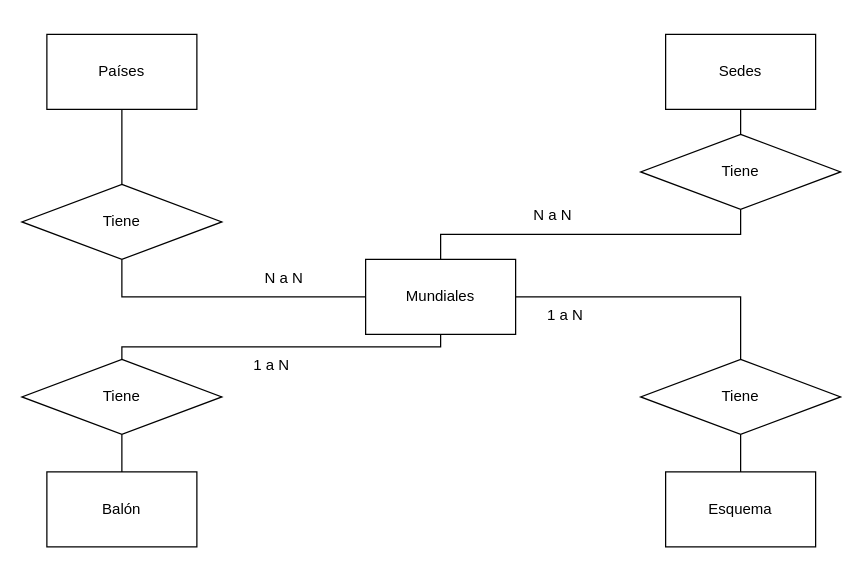
The draw.io diagram Mundiales.drawio in luis6a/mundial, before the edit. Source tidied: cells renumbered, new cells numbered last; positions are measured from the earlier drawing's top-left corner, leaving out a move shared by most shapes. Both pictures are drawn from the tidied source at 125%, with x=0, y=0 at pixel (21, 34).
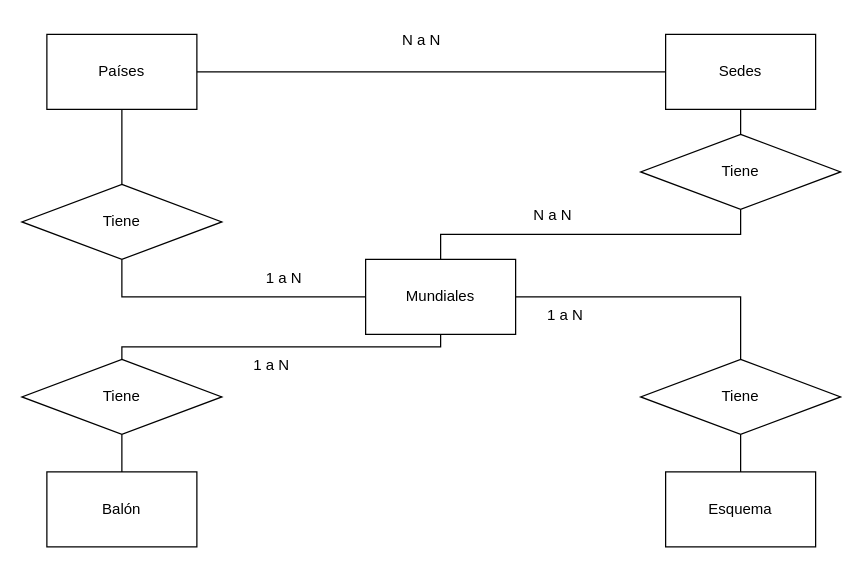
After the change.

Unchanged cells that the change refers to:
```xml
<mxCell id="3" value="Países" style="rounded=0;whiteSpace=wrap;html=1;" parent="1" vertex="1">
  <mxGeometry x="20" width="120" height="60" as="geometry" />
</mxCell>
<mxCell id="5" value="Sedes" style="rounded=0;whiteSpace=wrap;html=1;" parent="1" vertex="1">
  <mxGeometry x="515" width="120" height="60" as="geometry" />
</mxCell>
```

What changed in the source:
```diff
@@
-    <mxCell id="9" value="N a N" style="text;html=1;strokeColor=none;fillColor=none;align=center;verticalAlign=middle;whiteSpace=wrap;rounded=0;" parent="1" vertex="1">
+    <mxCell id="9" value="1 a N" style="text;html=1;strokeColor=none;fillColor=none;align=center;verticalAlign=middle;whiteSpace=wrap;rounded=0;" parent="1" vertex="1">
       <mxGeometry x="180" y="180" width="60" height="30" as="geometry" />
     </mxCell>
@@
+    <mxCell id="23" style="endArrow=none;html=1;rounded=0;exitX=1;exitY=0.5;exitDx=0;exitDy=0;entryX=0;entryY=0.5;entryDx=0;entryDy=0;" parent="1" edge="1" source="3" target="5">
+      <mxGeometry relative="1" as="geometry" />
+    </mxCell>
+    <mxCell id="24" value="N a N" style="text;html=1;strokeColor=none;fillColor=none;align=center;verticalAlign=middle;whiteSpace=wrap;rounded=0;" parent="1" vertex="1">
+      <mxGeometry x="290" y="-10" width="60" height="30" as="geometry" />
+    </mxCell>
```
